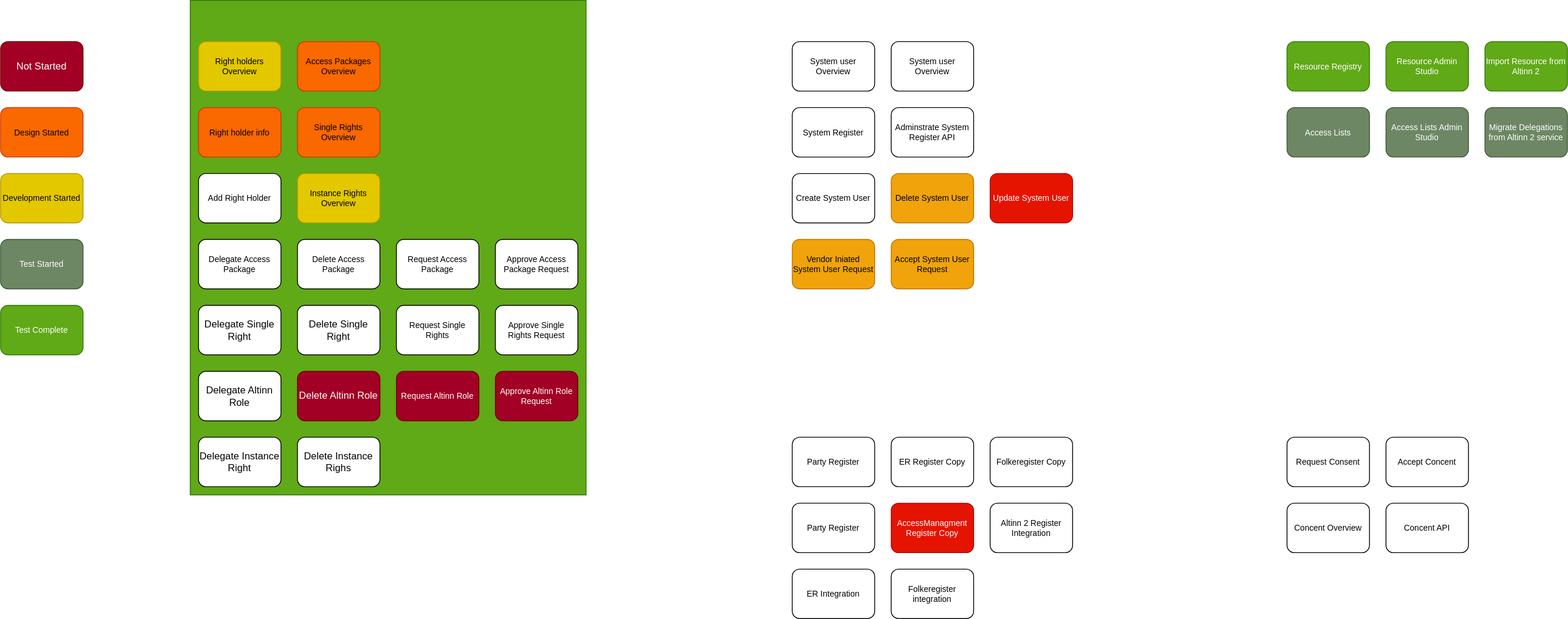
The draw.io diagram content/authorization/what-do-you-get/functionalareas.drawio.svg in Altinn/altinn-studio-docs, before a commit. Source tidied: cells renumbered, new cells last; positions are measured from the earlier drawing's top-left corner, leaving out a move shared by most shapes.
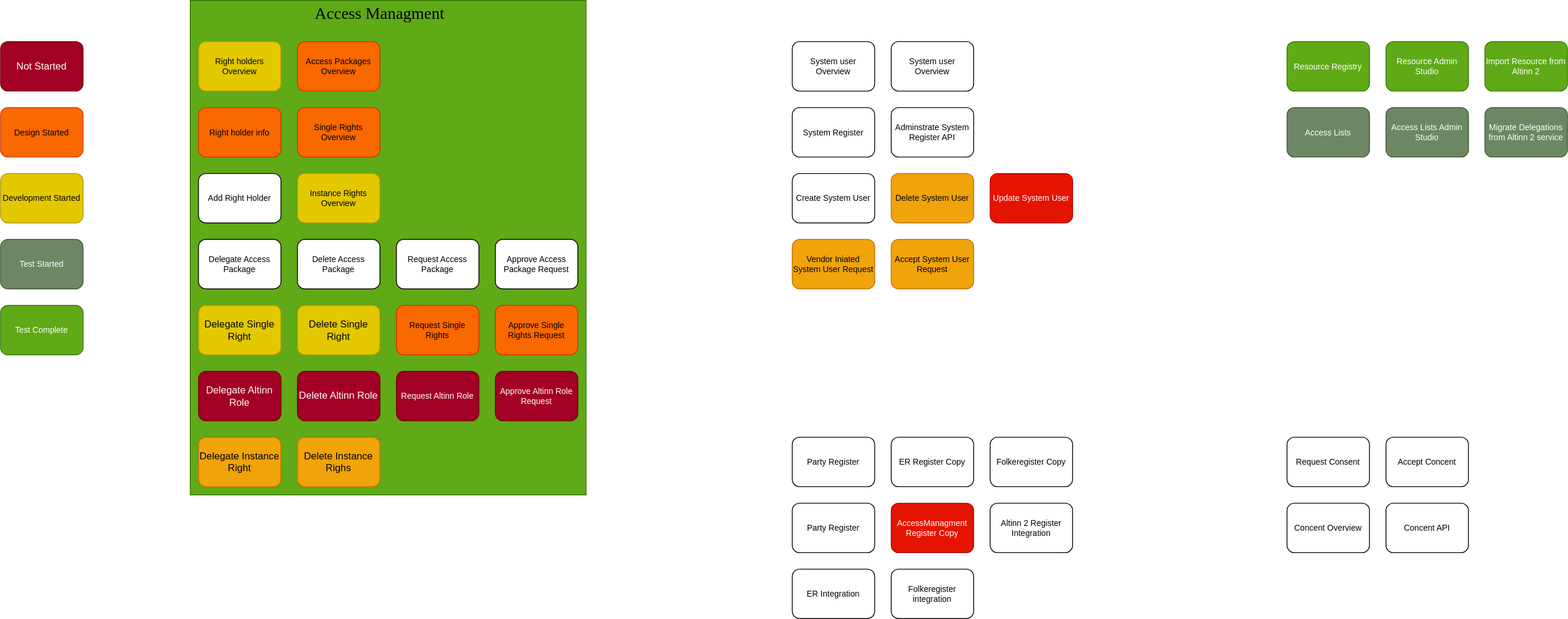
After the change.

Change to the diagram source:
```diff
@@ -17,19 +17,19 @@
     <mxCell id="6" value="Delegate Access Package" style="rounded=1;whiteSpace=wrap;html=1;fontSize=10;" parent="1" vertex="1">
       <mxGeometry x="240" y="290" width="100" height="60" as="geometry" />
     </mxCell>
-    <mxCell id="7" value="Delegate Single Right" style="rounded=1;whiteSpace=wrap;html=1;" parent="1" vertex="1">
+    <mxCell id="7" value="Delegate Single Right" style="rounded=1;whiteSpace=wrap;html=1;fillColor=#e3c800;fontColor=#000000;strokeColor=#B09500;" parent="1" vertex="1">
       <mxGeometry x="240" y="370" width="100" height="60" as="geometry" />
     </mxCell>
     <mxCell id="8" value="Access Packages Overview" style="rounded=1;whiteSpace=wrap;html=1;fontSize=10;fillColor=#fa6800;fontColor=#000000;strokeColor=#C73500;" parent="1" vertex="1">
       <mxGeometry x="360" y="50" width="100" height="60" as="geometry" />
     </mxCell>
-    <mxCell id="9" value="Delete Single Right" style="rounded=1;whiteSpace=wrap;html=1;" parent="1" vertex="1">
+    <mxCell id="9" value="Delete Single Right" style="rounded=1;whiteSpace=wrap;html=1;fillColor=#e3c800;fontColor=#000000;strokeColor=#B09500;" parent="1" vertex="1">
       <mxGeometry x="360" y="370" width="100" height="60" as="geometry" />
     </mxCell>
     <mxCell id="10" value="Delete Access Package" style="rounded=1;whiteSpace=wrap;html=1;fontSize=10;" parent="1" vertex="1">
       <mxGeometry x="360" y="290" width="100" height="60" as="geometry" />
     </mxCell>
-    <mxCell id="11" value="Delegate Altinn Role" style="rounded=1;whiteSpace=wrap;html=1;" parent="1" vertex="1">
+    <mxCell id="11" value="Delegate Altinn Role" style="rounded=1;whiteSpace=wrap;html=1;fillColor=#a20025;fontColor=#ffffff;strokeColor=#6F0000;" parent="1" vertex="1">
       <mxGeometry x="240" y="450" width="100" height="60" as="geometry" />
     </mxCell>
     <mxCell id="12" value="Delete Altinn Role&amp;nbsp;" style="rounded=1;whiteSpace=wrap;html=1;fillColor=#a20025;fontColor=#ffffff;strokeColor=#6F0000;" parent="1" vertex="1">
@@ -44,10 +44,10 @@
     <mxCell id="15" value="Approve Access Package Request" style="rounded=1;whiteSpace=wrap;html=1;fontSize=10;" parent="1" vertex="1">
       <mxGeometry x="600" y="290" width="100" height="60" as="geometry" />
     </mxCell>
-    <mxCell id="16" value="Request Single Rights" style="rounded=1;whiteSpace=wrap;html=1;fontSize=10;" parent="1" vertex="1">
+    <mxCell id="16" value="Request Single Rights" style="rounded=1;whiteSpace=wrap;html=1;fontSize=10;fillColor=#fa6800;fontColor=#000000;strokeColor=#C73500;" parent="1" vertex="1">
       <mxGeometry x="480" y="370" width="100" height="60" as="geometry" />
     </mxCell>
-    <mxCell id="17" value="Approve Single Rights Request" style="rounded=1;whiteSpace=wrap;html=1;fontSize=10;" parent="1" vertex="1">
+    <mxCell id="17" value="Approve Single Rights Request" style="rounded=1;whiteSpace=wrap;html=1;fontSize=10;fillColor=#fa6800;fontColor=#000000;strokeColor=#C73500;" parent="1" vertex="1">
       <mxGeometry x="600" y="370" width="100" height="60" as="geometry" />
     </mxCell>
     <mxCell id="18" value="Request Altinn Role" style="rounded=1;whiteSpace=wrap;html=1;fontSize=10;fillColor=#a20025;fontColor=#ffffff;strokeColor=#6F0000;" parent="1" vertex="1">
@@ -56,10 +56,10 @@
     <mxCell id="19" value="Approve Altinn Role Request" style="rounded=1;whiteSpace=wrap;html=1;fontSize=10;fillColor=#a20025;fontColor=#ffffff;strokeColor=#6F0000;" parent="1" vertex="1">
       <mxGeometry x="600" y="450" width="100" height="60" as="geometry" />
     </mxCell>
-    <mxCell id="20" value="Delegate Instance Right" style="rounded=1;whiteSpace=wrap;html=1;" parent="1" vertex="1">
+    <mxCell id="20" value="Delegate Instance Right" style="rounded=1;whiteSpace=wrap;html=1;fillColor=#f0a30a;fontColor=#000000;strokeColor=#BD7000;" parent="1" vertex="1">
       <mxGeometry x="240" y="530" width="100" height="60" as="geometry" />
     </mxCell>
-    <mxCell id="21" value="Delete Instance Righs" style="rounded=1;whiteSpace=wrap;html=1;" parent="1" vertex="1">
+    <mxCell id="21" value="Delete Instance Righs" style="rounded=1;whiteSpace=wrap;html=1;fillColor=#f0a30a;fontColor=#000000;strokeColor=#BD7000;" parent="1" vertex="1">
       <mxGeometry x="360" y="530" width="100" height="60" as="geometry" />
     </mxCell>
     <mxCell id="22" value="Instance Rights Overview" style="rounded=1;whiteSpace=wrap;html=1;fontSize=10;fillColor=#e3c800;fontColor=#000000;strokeColor=#B09500;" parent="1" vertex="1">
@@ -161,5 +161,8 @@
     <mxCell id="54" value="Test Complete" style="rounded=1;whiteSpace=wrap;html=1;fontSize=10;fillColor=#60a917;fontColor=#ffffff;strokeColor=#2D7600;" parent="1" vertex="1">
       <mxGeometry y="370" width="100" height="60" as="geometry" />
     </mxCell>
+    <mxCell id="55" value="Access Managment" style="text;html=1;strokeColor=none;fillColor=none;align=center;verticalAlign=middle;whiteSpace=wrap;rounded=0;sketch=1;hachureGap=4;jiggle=2;curveFitting=1;fontFamily=Verdana;fontSize=20;" parent="1" vertex="1">
+      <mxGeometry x="290" width="340" height="30" as="geometry" />
+    </mxCell>
   </root>
 </mxGraphModel>
```
